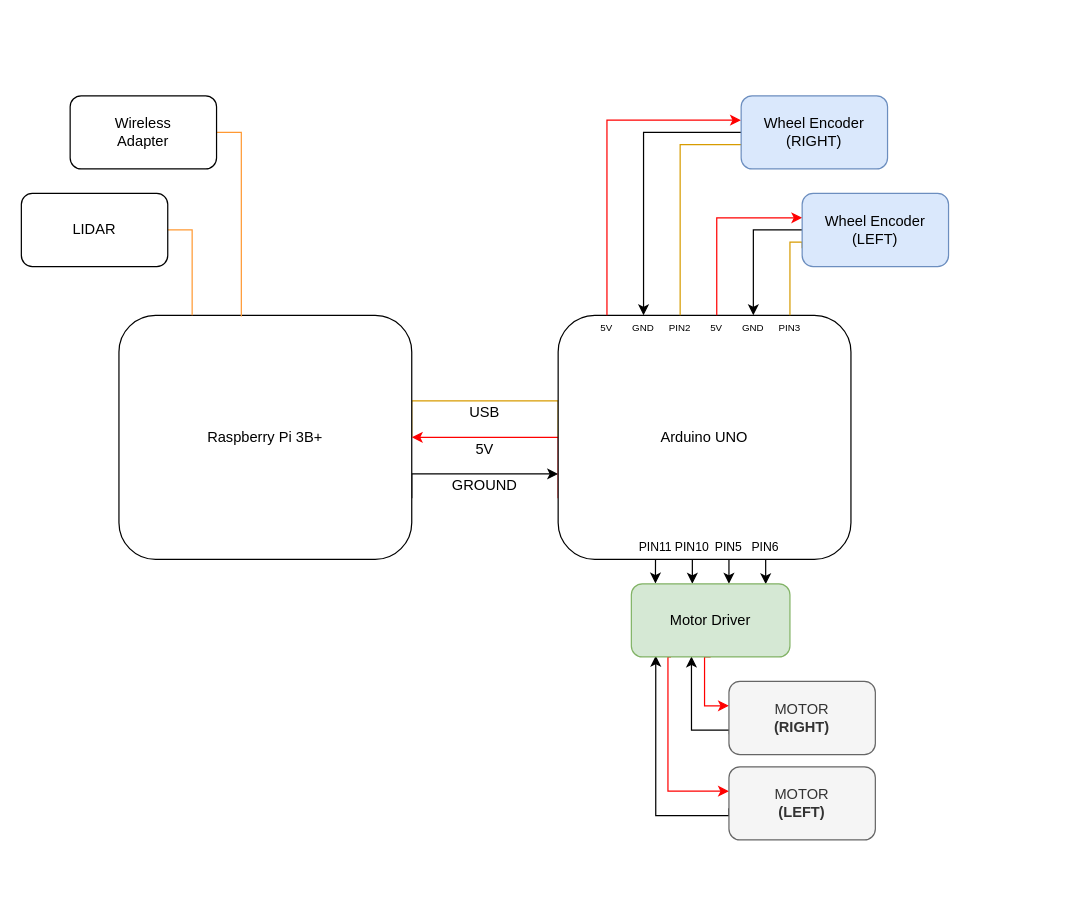
Before: alex_electronic_architecture.drawio in domaxi/alex142, a draw.io diagram. Source tidied: cells renumbered, new cells numbered last; positions are measured from the earlier drawing's top-left corner, leaving out a move shared by most shapes. Both pictures are drawn from the tidied source at 122%, with x=0, y=0 at pixel (21, 95).
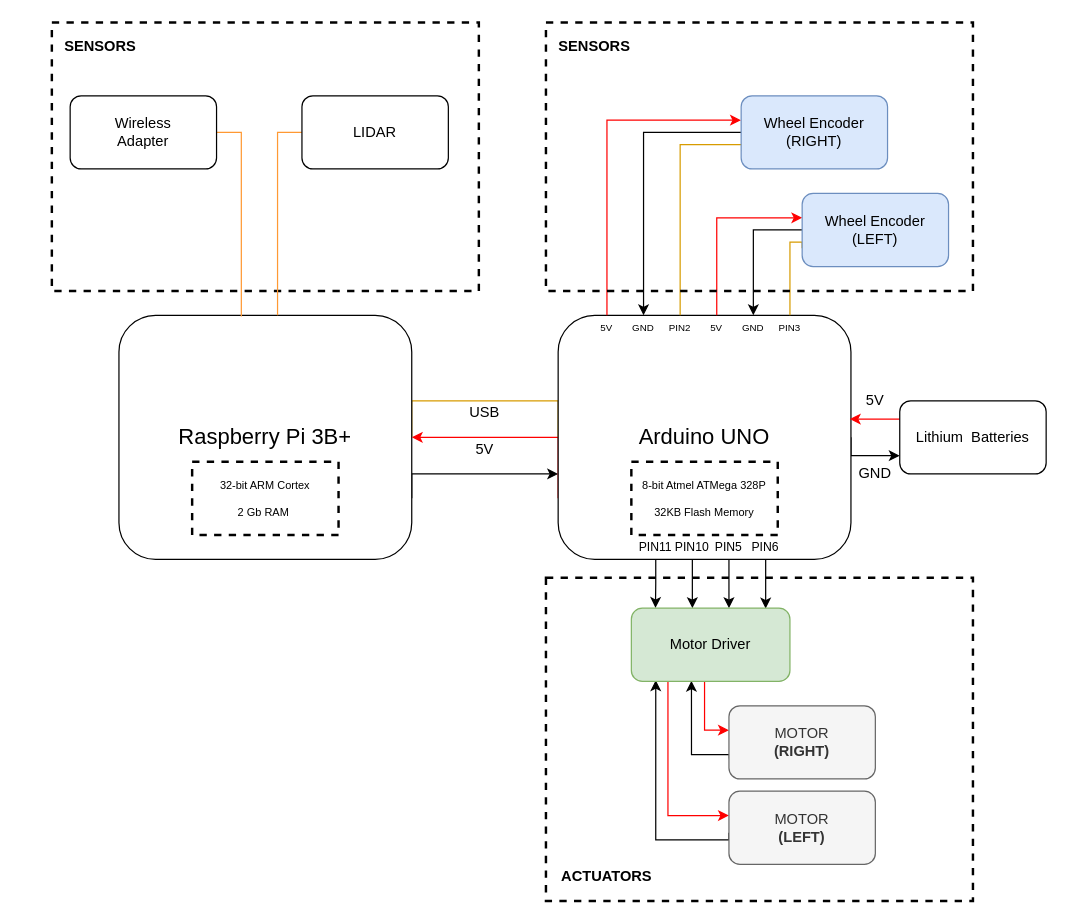
After the change.

What changed in the source:
```diff
@@
+    <mxCell id="43" style="rounded=0;whiteSpace=wrap;html=1;fontSize=8;fillColor=none;dashed=1;strokeWidth=2;" parent="1" vertex="1">
+      <mxGeometry x="430" y="395" width="350" height="265" as="geometry" />
+    </mxCell>
+    <mxCell id="44" style="rounded=0;whiteSpace=wrap;html=1;fontSize=8;fillColor=none;dashed=1;strokeWidth=2;" parent="1" vertex="1">
+      <mxGeometry x="25" y="-60" width="350" height="220" as="geometry" />
+    </mxCell>
@@
-    <mxCell id="4" value="Raspberry Pi 3B+" style="rounded=1;whiteSpace=wrap;html=1;" parent="1" vertex="1">
+    <mxCell id="4" value="Raspberry Pi 3B+" style="rounded=1;whiteSpace=wrap;html=1;fontSize=18;" parent="1" vertex="1">
       <mxGeometry x="80" y="180" width="240" height="200" as="geometry" />
     </mxCell>
@@
+    <mxCell id="45" style="edgeStyle=orthogonalEdgeStyle;rounded=0;jettySize=auto;html=1;exitX=1;exitY=0.5;exitDx=0;exitDy=0;entryX=0;entryY=0.75;entryDx=0;entryDy=0;startArrow=none;startFill=0;endArrow=classic;endFill=1;strokeColor=#000000;fontSize=8;" parent="1" edge="1" source="10" target="47">
+      <mxGeometry relative="1" as="geometry">
+        <Array as="points">
+          <mxPoint x="680" y="295" />
+        </Array>
+      </mxGeometry>
+    </mxCell>
-    <mxCell id="10" value="Arduino UNO" style="rounded=1;whiteSpace=wrap;html=1;" parent="1" vertex="1">
+    <mxCell id="10" value="Arduino UNO" style="rounded=1;whiteSpace=wrap;html=1;fontSize=18;" parent="1" vertex="1">
       <mxGeometry x="440" y="180" width="240" height="200" as="geometry" />
     </mxCell>
@@
-    <mxCell id="19" style="edgeStyle=orthogonalEdgeStyle;rounded=0;jettySize=auto;html=1;exitX=1;exitY=0.5;exitDx=0;exitDy=0;entryX=0.25;entryY=0;entryDx=0;entryDy=0;strokeColor=#FF9933;endArrow=none;endFill=0;" parent="1" edge="1" source="20" target="4">
-      <mxGeometry relative="1" as="geometry" />
+    <mxCell id="19" style="edgeStyle=orthogonalEdgeStyle;rounded=0;jettySize=auto;html=1;exitX=0;exitY=0.5;exitDx=0;exitDy=0;strokeColor=#FF9933;endArrow=none;endFill=0;" parent="1" edge="1" source="20">
+      <mxGeometry relative="1" as="geometry">
+        <mxPoint x="210" y="180" as="targetPoint" />
+        <Array as="points">
+          <mxPoint x="210" y="30" />
+          <mxPoint x="210" y="180" />
+        </Array>
+      </mxGeometry>
     </mxCell>
     <mxCell id="20" value="LIDAR" style="rounded=1;whiteSpace=wrap;html=1;" parent="1" vertex="1">
-      <mxGeometry y="80" width="120" height="60" as="geometry" />
+      <mxGeometry x="230" width="120" height="60" as="geometry" />
     </mxCell>
     <mxCell id="21" style="edgeStyle=orthogonalEdgeStyle;rounded=0;jettySize=auto;html=1;exitX=0.5;exitY=1;exitDx=0;exitDy=0;endArrow=classic;endFill=1;strokeColor=#FF0000;" parent="1" edge="1" source="25" target="32">
       <mxGeometry relative="1" as="geometry">
         <Array as="points">
-          <mxPoint x="560" y="500" />
+          <mxPoint x="560" y="520" />
         </Array>
       </mxGeometry>
     </mxCell>
     <mxCell id="22" style="edgeStyle=orthogonalEdgeStyle;rounded=0;jettySize=auto;html=1;exitX=0.25;exitY=1;exitDx=0;exitDy=0;endArrow=classic;endFill=1;strokeColor=#FF0000;" parent="1" edge="1" source="25" target="31">
       <mxGeometry relative="1" as="geometry">
         <Array as="points">
-          <mxPoint x="530" y="570" />
+          <mxPoint x="530" y="590" />
         </Array>
       </mxGeometry>
     </mxCell>
     <mxCell id="23" style="edgeStyle=orthogonalEdgeStyle;rounded=0;jettySize=auto;html=1;entryX=0;entryY=0.568;entryDx=0;entryDy=0;endArrow=none;endFill=0;strokeColor=#000000;startArrow=classic;startFill=1;entryPerimeter=0;" parent="1" edge="1" target="31">
       <mxGeometry relative="1" as="geometry">
-        <mxPoint x="520" y="459" as="sourcePoint" />
+        <mxPoint x="520" y="479" as="sourcePoint" />
         <Array as="points">
-          <mxPoint x="520" y="590" />
-          <mxPoint x="580" y="590" />
+          <mxPoint x="520" y="610" />
+          <mxPoint x="580" y="610" />
         </Array>
       </mxGeometry>
     </mxCell>
     <mxCell id="24" style="edgeStyle=orthogonalEdgeStyle;rounded=0;jettySize=auto;html=1;exitX=0.379;exitY=0.992;exitDx=0;exitDy=0;entryX=0.003;entryY=0.722;entryDx=0;entryDy=0;entryPerimeter=0;startArrow=classic;startFill=1;endArrow=none;endFill=0;strokeColor=#000000;exitPerimeter=0;" parent="1" edge="1" source="25" target="32">
       <mxGeometry relative="1" as="geometry">
         <Array as="points">
-          <mxPoint x="549" y="520" />
-          <mxPoint x="580" y="520" />
+          <mxPoint x="549" y="540" />
+          <mxPoint x="580" y="540" />
         </Array>
       </mxGeometry>
     </mxCell>
     <mxCell id="25" value="Motor Driver" style="rounded=1;whiteSpace=wrap;html=1;fillColor=#d5e8d4;strokeColor=#82b366;" parent="1" vertex="1">
-      <mxGeometry x="500" y="400" width="130" height="60" as="geometry" />
+      <mxGeometry x="500" y="420" width="130" height="60" as="geometry" />
     </mxCell>
@@
-    <mxCell id="29" value="GROUND" style="text;html=1;strokeColor=none;fillColor=none;align=center;verticalAlign=middle;whiteSpace=wrap;rounded=0;" parent="1" vertex="1">
-      <mxGeometry x="360" y="310" width="40" height="20" as="geometry" />
+    <mxCell id="29" value="GND" style="text;html=1;strokeColor=none;fillColor=none;align=center;verticalAlign=middle;whiteSpace=wrap;rounded=0;" parent="1" vertex="1">
+      <mxGeometry x="680" y="300" width="40" height="20" as="geometry" />
     </mxCell>
@@
     <mxCell id="31" value="MOTOR&lt;br&gt;&lt;b&gt;(LEFT)&lt;/b&gt;" style="rounded=1;whiteSpace=wrap;html=1;fillColor=#f5f5f5;strokeColor=#666666;fontColor=#333333;" parent="1" vertex="1">
-      <mxGeometry x="580" y="550" width="120" height="60" as="geometry" />
+      <mxGeometry x="580" y="570" width="120" height="60" as="geometry" />
     </mxCell>
     <mxCell id="32" value="MOTOR&lt;br&gt;&lt;b&gt;(RIGHT)&lt;/b&gt;" style="rounded=1;whiteSpace=wrap;html=1;fillColor=#f5f5f5;strokeColor=#666666;fontColor=#333333;" parent="1" vertex="1">
-      <mxGeometry x="580" y="480" width="120" height="60" as="geometry" />
+      <mxGeometry x="580" y="500" width="120" height="60" as="geometry" />
     </mxCell>
@@
+    <mxCell id="46" style="edgeStyle=orthogonalEdgeStyle;rounded=0;jettySize=auto;html=1;exitX=0;exitY=0.25;exitDx=0;exitDy=0;entryX=0.996;entryY=0.425;entryDx=0;entryDy=0;entryPerimeter=0;startArrow=none;startFill=0;endArrow=classic;endFill=1;strokeColor=#FF0000;fontSize=8;" parent="1" edge="1" source="47" target="10">
+      <mxGeometry relative="1" as="geometry" />
+    </mxCell>
+    <mxCell id="47" value="&lt;font style=&quot;font-size: 12px&quot;&gt;Lithium &amp;nbsp;Batteries&lt;/font&gt;" style="rounded=1;whiteSpace=wrap;html=1;fontSize=8;" parent="1" vertex="1">
+      <mxGeometry x="720" y="250" width="120" height="60" as="geometry" />
+    </mxCell>
+    <mxCell id="48" value="5V" style="text;html=1;strokeColor=none;fillColor=none;align=center;verticalAlign=middle;whiteSpace=wrap;rounded=0;" parent="1" vertex="1">
+      <mxGeometry x="680" y="240" width="40" height="20" as="geometry" />
+    </mxCell>
+    <mxCell id="49" style="rounded=0;whiteSpace=wrap;html=1;fontSize=8;fillColor=none;dashed=1;strokeWidth=2;" parent="1" vertex="1">
+      <mxGeometry x="430" y="-60" width="350" height="220" as="geometry" />
+    </mxCell>
+    <mxCell id="50" value="&lt;font style=&quot;font-size: 12px&quot;&gt;&lt;b&gt;SENSORS&lt;/b&gt;&lt;/font&gt;" style="text;html=1;strokeColor=none;fillColor=none;align=center;verticalAlign=middle;whiteSpace=wrap;rounded=0;dashed=1;fontSize=8;" parent="1" vertex="1">
+      <mxGeometry x="450" y="-50" width="40" height="20" as="geometry" />
+    </mxCell>
+    <mxCell id="51" value="&lt;font style=&quot;font-size: 12px&quot;&gt;&lt;b&gt;SENSORS&lt;/b&gt;&lt;/font&gt;" style="text;html=1;strokeColor=none;fillColor=none;align=center;verticalAlign=middle;whiteSpace=wrap;rounded=0;dashed=1;fontSize=8;" parent="1" vertex="1">
+      <mxGeometry x="45" y="-50" width="40" height="20" as="geometry" />
+    </mxCell>
+    <mxCell id="52" value="&lt;font style=&quot;font-size: 9px&quot;&gt;8-bit Atmel ATMega 328P&lt;br&gt;32KB Flash Memory&lt;br&gt;&lt;/font&gt;" style="rounded=0;whiteSpace=wrap;html=1;dashed=1;strokeWidth=2;fillColor=none;fontSize=18;verticalAlign=top;" parent="1" vertex="1">
+      <mxGeometry x="500" y="300" width="120" height="60" as="geometry" />
+    </mxCell>
+    <mxCell id="53" value="&lt;font style=&quot;font-size: 9px&quot;&gt;32-bit ARM Cortex&lt;br&gt;2 Gb RAM&amp;nbsp;&lt;br&gt;&lt;/font&gt;" style="rounded=0;whiteSpace=wrap;html=1;dashed=1;strokeWidth=2;fillColor=none;fontSize=18;verticalAlign=top;" parent="1" vertex="1">
+      <mxGeometry x="140" y="300" width="120" height="60" as="geometry" />
+    </mxCell>
+    <mxCell id="54" value="&lt;font style=&quot;font-size: 12px&quot;&gt;&lt;b&gt;ACTUATORS&lt;br&gt;&lt;/b&gt;&lt;/font&gt;" style="text;html=1;strokeColor=none;fillColor=none;align=center;verticalAlign=middle;whiteSpace=wrap;rounded=0;dashed=1;fontSize=8;" parent="1" vertex="1">
+      <mxGeometry x="460" y="630" width="40" height="20" as="geometry" />
+    </mxCell>
```
